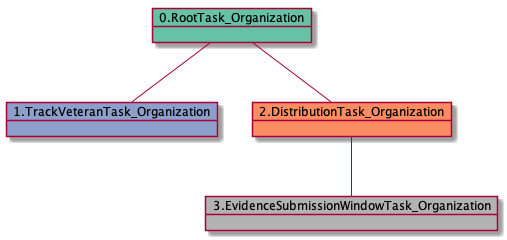
The PlantUML diagram docs-ES/uml/RTO.TVTO.DTO.ESWTO-40915.png in yoomlam/graphing, before a commit. The source it was exported from:
```plantuml
@startuml
object 0.RootTask_Organization #66c2a5
object 1.TrackVeteranTask_Organization #8da0cb
object 2.DistributionTask_Organization #fc8d62
object 3.EvidenceSubmissionWindowTask_Organization #b3b3b3
0.RootTask_Organization -- 1.TrackVeteranTask_Organization
0.RootTask_Organization -- 2.DistributionTask_Organization
2.DistributionTask_Organization -- 3.EvidenceSubmissionWindowTask_Organization
@enduml
```
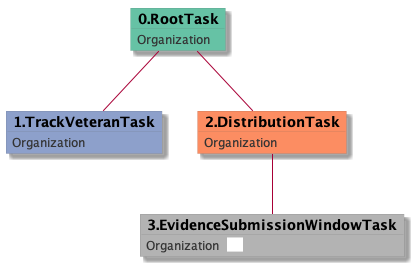
The same diagram one commit later.

The edit, as a diff of the source:
```diff
@@ -1,9 +1,25 @@
 @startuml
-object 0.RootTask_Organization #66c2a5
-object 1.TrackVeteranTask_Organization #8da0cb
-object 2.DistributionTask_Organization #fc8d62
-object 3.EvidenceSubmissionWindowTask_Organization #b3b3b3
-0.RootTask_Organization -- 1.TrackVeteranTask_Organization
-0.RootTask_Organization -- 2.DistributionTask_Organization
-2.DistributionTask_Organization -- 3.EvidenceSubmissionWindowTask_Organization
+skinparam {
+  ObjectBorderColor #555
+  ObjectBorderThickness 0
+  ObjectFontStyle bold
+  ObjectFontSize 14
+  ObjectAttributeFontColor #333
+  ObjectAttributeFontSize 12
+}
+  object 0.RootTask #66c2a5 {
+Organization
+}
+  object 1.TrackVeteranTask #8da0cb {
+Organization
+}
+  object 2.DistributionTask #fc8d62 {
+Organization
+}
+  object 3.EvidenceSubmissionWindowTask #b3b3b3 {
+Organization  <back:white>    </back>
+}
+0.RootTask -- 1.TrackVeteranTask
+0.RootTask -- 2.DistributionTask
+2.DistributionTask -- 3.EvidenceSubmissionWindowTask
 @enduml
```
